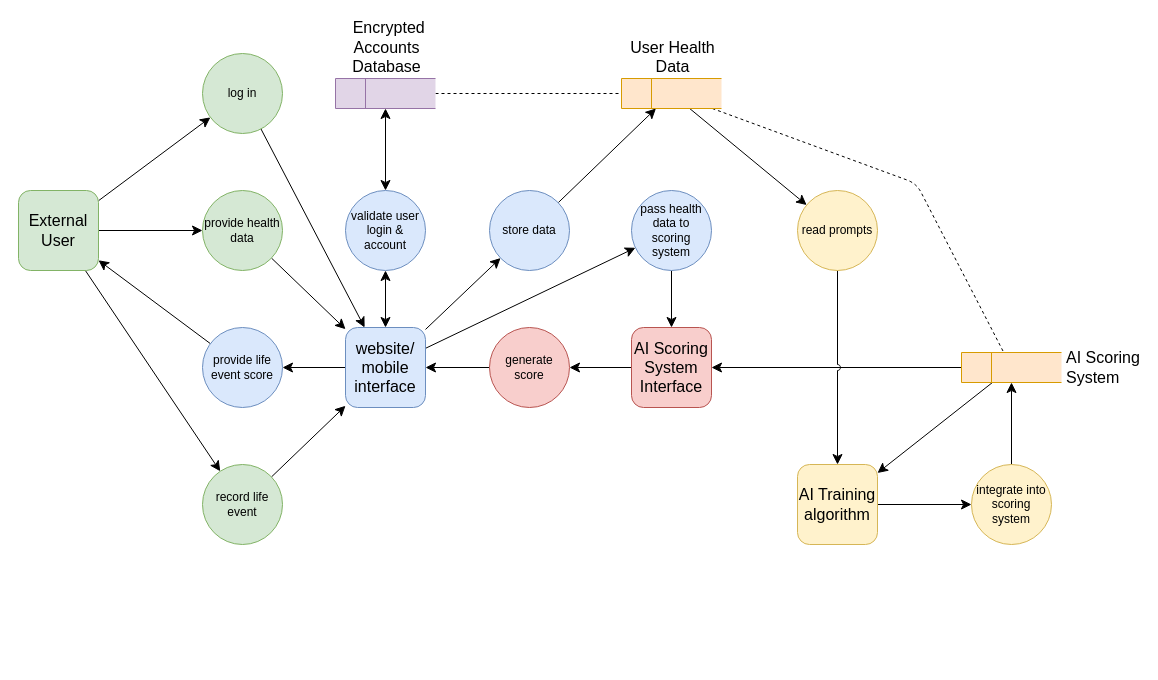
yfeng445/NEU keeps this draw.io diagram as page "detailed DFD" (1 of 2) of 1/INFO 5100/Asmts/Group Assignment 1/Deliverables/Data Flow Diagram.drawio. Above is the earlier version. Source tidied: cells renumbered, new cells numbered last; positions are measured from the earlier drawing's top-left corner, leaving out a move shared by most shapes. Both pictures are drawn from the tidied source at 100%, with x=0, y=0 at pixel (18, 53).
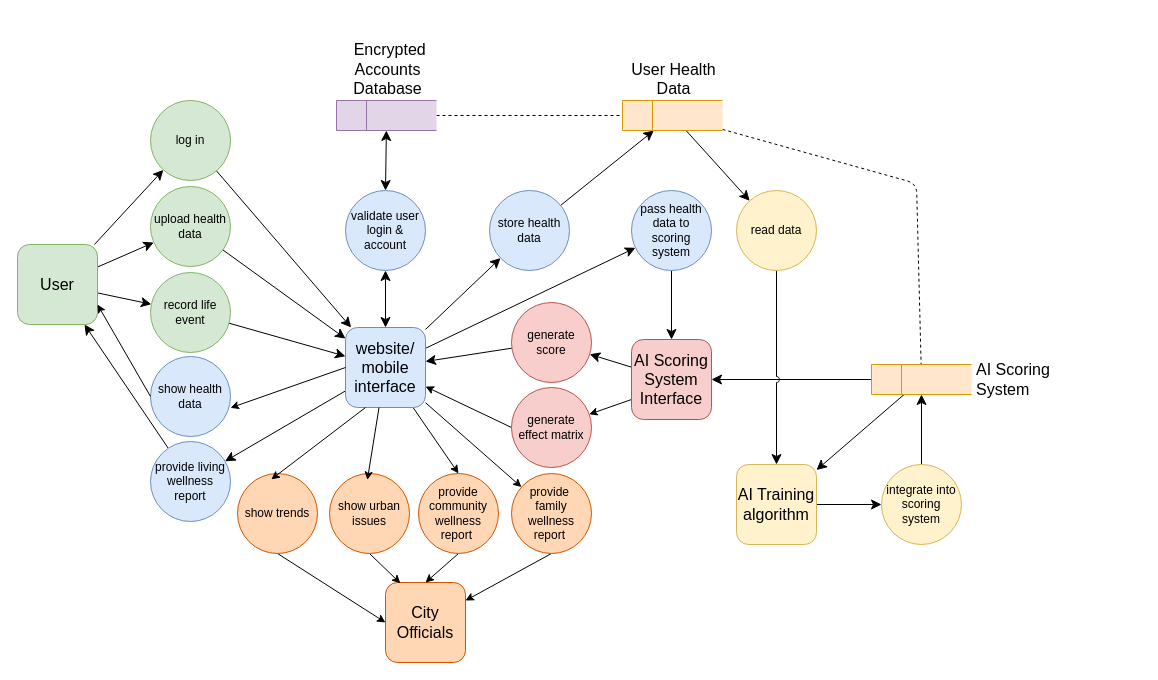
After the change.

Unchanged cells that the change refers to:
```xml
<mxCell id="23" value="website/&lt;div&gt;mobile interface&lt;/div&gt;" style="whiteSpace=wrap;html=1;fontSize=16;rounded=1;fillColor=#dae8fc;strokeColor=#6c8ebf;" parent="1" vertex="1">
  <mxGeometry x="327" y="274" width="80" height="80" as="geometry" />
</mxCell>
```

Change to the diagram source:
```diff
@@
-    <mxCell id="7" value="External User" style="whiteSpace=wrap;html=1;fontSize=16;rounded=1;fillColor=#d5e8d4;strokeColor=#82b366;" parent="1" vertex="1">
-      <mxGeometry y="137" width="80" height="80" as="geometry" />
+    <mxCell id="7" value="User" style="whiteSpace=wrap;html=1;fontSize=16;rounded=1;fillColor=#d5e8d4;strokeColor=#82b366;" parent="1" vertex="1">
+      <mxGeometry x="-1" y="191" width="80" height="80" as="geometry" />
     </mxCell>
@@
-    <mxCell id="9" value="provide health data" style="ellipse;whiteSpace=wrap;html=1;fontSize=12;fillColor=#d5e8d4;strokeColor=#82b366;" parent="1" vertex="1">
-      <mxGeometry x="184" y="137" width="80" height="80" as="geometry" />
+    <mxCell id="9" value="upload health data" style="ellipse;whiteSpace=wrap;html=1;fontSize=12;fillColor=#d5e8d4;strokeColor=#82b366;" parent="1" vertex="1">
+      <mxGeometry x="132" y="133" width="80" height="80" as="geometry" />
     </mxCell>
@@
+    <mxCell id="43" style="rounded=0;jettySize=auto;html=1;exitX=0;exitY=0.75;exitDx=0;exitDy=0;" parent="1" edge="1" source="12" target="61">
+      <mxGeometry relative="1" as="geometry" />
+    </mxCell>
     <mxCell id="12" value="AI Scoring System Interface" style="whiteSpace=wrap;html=1;fontSize=16;rounded=1;fillColor=#f8cecc;strokeColor=#b85450;" parent="1" vertex="1">
-      <mxGeometry x="613" y="274" width="80" height="80" as="geometry" />
+      <mxGeometry x="613" y="286" width="80" height="80" as="geometry" />
     </mxCell>
@@
     <mxCell id="14" value="generate score" style="ellipse;whiteSpace=wrap;html=1;fontSize=12;fillColor=#f8cecc;strokeColor=#b85450;" parent="1" vertex="1">
-      <mxGeometry x="471" y="274" width="80" height="80" as="geometry" />
+      <mxGeometry x="493" y="249" width="80" height="80" as="geometry" />
     </mxCell>
@@
-    <mxCell id="16" value="provide life event score" style="ellipse;whiteSpace=wrap;html=1;fontSize=12;fillColor=#dae8fc;strokeColor=#6c8ebf;" parent="1" vertex="1">
-      <mxGeometry x="184" y="274" width="80" height="80" as="geometry" />
+    <mxCell id="16" value="provide living wellness report" style="ellipse;whiteSpace=wrap;html=1;fontSize=12;fillColor=#dae8fc;strokeColor=#6c8ebf;" parent="1" vertex="1">
+      <mxGeometry x="132" y="388" width="80" height="80" as="geometry" />
     </mxCell>
@@
     <mxCell id="18" value="record life event" style="ellipse;whiteSpace=wrap;html=1;fontSize=12;fillColor=#d5e8d4;strokeColor=#82b366;" parent="1" vertex="1">
-      <mxGeometry x="184" y="411" width="80" height="80" as="geometry" />
+      <mxGeometry x="132" y="219" width="80" height="80" as="geometry" />
     </mxCell>
@@
+    <mxCell id="44" style="rounded=0;jettySize=auto;html=1;entryX=0.5;entryY=0;entryDx=0;entryDy=0;" parent="1" edge="1" source="23" target="48">
+      <mxGeometry relative="1" as="geometry" />
+    </mxCell>
+    <mxCell id="45" style="rounded=0;jettySize=auto;html=1;" parent="1" edge="1" source="23" target="59">
+      <mxGeometry relative="1" as="geometry" />
+    </mxCell>
@@
-    <mxCell id="25" value="store data" style="ellipse;whiteSpace=wrap;html=1;fontSize=12;fillColor=#dae8fc;strokeColor=#6c8ebf;" parent="1" vertex="1">
+    <mxCell id="25" value="store health data" style="ellipse;whiteSpace=wrap;html=1;fontSize=12;fillColor=#dae8fc;strokeColor=#6c8ebf;" parent="1" vertex="1">
       <mxGeometry x="471" y="137" width="80" height="80" as="geometry" />
     </mxCell>
@@
     <mxCell id="27" value="AI Training algorithm" style="whiteSpace=wrap;html=1;fontSize=16;rounded=1;fillColor=#fff2cc;strokeColor=#d6b656;" parent="1" vertex="1">
-      <mxGeometry x="779" y="411" width="80" height="80" as="geometry" />
+      <mxGeometry x="718" y="411" width="80" height="80" as="geometry" />
     </mxCell>
@@
     <mxCell id="29" value="integrate into scoring system" style="ellipse;whiteSpace=wrap;html=1;fontSize=12;fillColor=#fff2cc;strokeColor=#d6b656;" parent="1" vertex="1">
-      <mxGeometry x="953" y="411" width="80" height="80" as="geometry" />
+      <mxGeometry x="863" y="411" width="80" height="80" as="geometry" />
     </mxCell>
@@
     <mxCell id="31" value="User Health Data" style="html=1;dashed=0;whiteSpace=wrap;shape=mxgraph.dfd.dataStoreID;align=center;spacingLeft=3;points=[[0,0],[0.5,0],[1,0],[0,0.5],[1,0.5],[0,1],[0.5,1],[1,1]];fontSize=16;labelPosition=center;verticalLabelPosition=top;verticalAlign=bottom;fillColor=#ffe6cc;strokeColor=#d79b00;" parent="1" vertex="1">
-      <mxGeometry x="603" y="25" width="100" height="30" as="geometry" />
+      <mxGeometry x="604" y="47" width="100" height="30" as="geometry" />
     </mxCell>
@@
     <mxCell id="33" value="log in" style="ellipse;whiteSpace=wrap;html=1;fontSize=12;fillColor=#d5e8d4;strokeColor=#82b366;" parent="1" vertex="1">
-      <mxGeometry x="184" width="80" height="80" as="geometry" />
+      <mxGeometry x="132" y="47" width="80" height="80" as="geometry" />
     </mxCell>
@@
     <mxCell id="35" value="AI Scoring&lt;div&gt;System&lt;/div&gt;" style="html=1;dashed=0;whiteSpace=wrap;shape=mxgraph.dfd.dataStoreID;align=left;spacingLeft=3;points=[[0,0],[0.5,0],[1,0],[0,0.5],[1,0.5],[0,1],[0.5,1],[1,1]];fontSize=16;labelPosition=right;verticalLabelPosition=middle;verticalAlign=middle;fillColor=#ffe6cc;strokeColor=#d79b00;" parent="1" vertex="1">
-      <mxGeometry x="943" y="299" width="100" height="30" as="geometry" />
+      <mxGeometry x="853" y="311" width="100" height="30" as="geometry" />
     </mxCell>
     <mxCell id="36" value="&amp;nbsp;Encrypted&lt;div&gt;Accounts Database&lt;/div&gt;" style="html=1;dashed=0;whiteSpace=wrap;shape=mxgraph.dfd.dataStoreID;align=center;spacingLeft=3;points=[[0,0],[0.5,0],[1,0],[0,0.5],[1,0.5],[0,1],[0.5,1],[1,1]];fontSize=16;labelPosition=center;verticalLabelPosition=top;verticalAlign=bottom;fillColor=#e1d5e7;strokeColor=#9673a6;" parent="1" vertex="1">
-      <mxGeometry x="317" y="25" width="100" height="30" as="geometry" />
+      <mxGeometry x="318" y="47" width="100" height="30" as="geometry" />
     </mxCell>
@@
-    <mxCell id="42" value="read prompts" style="ellipse;whiteSpace=wrap;html=1;fontSize=12;fillColor=#fff2cc;strokeColor=#d6b656;" parent="1" vertex="1">
-      <mxGeometry x="779" y="137" width="80" height="80" as="geometry" />
+    <mxCell id="42" value="read data" style="ellipse;whiteSpace=wrap;html=1;fontSize=12;fillColor=#fff2cc;strokeColor=#d6b656;" parent="1" vertex="1">
+      <mxGeometry x="718" y="137" width="80" height="80" as="geometry" />
     </mxCell>
+    <mxCell id="46" value="City Officials" style="whiteSpace=wrap;html=1;fontSize=16;rounded=1;fillColor=#ffd7b5;strokeColor=#d35400;" parent="1" vertex="1">
+      <mxGeometry x="367" y="529" width="80" height="80" as="geometry" />
+    </mxCell>
+    <mxCell id="47" style="rounded=0;jettySize=auto;html=1;exitX=0.5;exitY=1;exitDx=0;exitDy=0;entryX=0.5;entryY=0;entryDx=0;entryDy=0;" parent="1" edge="1" source="48" target="46">
+      <mxGeometry relative="1" as="geometry" />
+    </mxCell>
+    <mxCell id="48" value="provide community wellness report&amp;nbsp;" style="ellipse;whiteSpace=wrap;html=1;fontSize=12;fillColor=#ffd7b5;strokeColor=#d35400;" parent="1" vertex="1">
+      <mxGeometry x="400" y="420" width="80" height="80" as="geometry" />
+    </mxCell>
+    <mxCell id="49" style="rounded=0;jettySize=auto;html=1;exitX=0.5;exitY=1;exitDx=0;exitDy=0;entryX=0.186;entryY=0.01;entryDx=0;entryDy=0;entryPerimeter=0;" parent="1" edge="1" source="50" target="46">
+      <mxGeometry relative="1" as="geometry" />
+    </mxCell>
+    <mxCell id="50" value="show urban issues" style="ellipse;whiteSpace=wrap;html=1;fontSize=12;fillColor=#ffd7b5;strokeColor=#d35400;" parent="1" vertex="1">
+      <mxGeometry x="311" y="420" width="80" height="80" as="geometry" />
+    </mxCell>
+    <mxCell id="51" style="rounded=0;jettySize=auto;html=1;exitX=0.5;exitY=1;exitDx=0;exitDy=0;entryX=0;entryY=0.5;entryDx=0;entryDy=0;" parent="1" edge="1" source="52" target="46">
+      <mxGeometry relative="1" as="geometry" />
+    </mxCell>
+    <mxCell id="52" value="show trends" style="ellipse;whiteSpace=wrap;html=1;fontSize=12;fillColor=#ffd7b5;strokeColor=#d35400;" parent="1" vertex="1">
+      <mxGeometry x="219" y="420" width="80" height="80" as="geometry" />
+    </mxCell>
+    <mxCell id="53" style="rounded=0;jettySize=auto;html=1;exitX=0.25;exitY=1;exitDx=0;exitDy=0;entryX=0.423;entryY=0.073;entryDx=0;entryDy=0;entryPerimeter=0;" parent="1" edge="1" source="23" target="52">
+      <mxGeometry relative="1" as="geometry" />
+    </mxCell>
+    <mxCell id="54" style="rounded=0;jettySize=auto;html=1;entryX=0.473;entryY=0.081;entryDx=0;entryDy=0;entryPerimeter=0;" parent="1" edge="1" source="23" target="50">
+      <mxGeometry relative="1" as="geometry" />
+    </mxCell>
+    <mxCell id="55" value="show health data" style="ellipse;whiteSpace=wrap;html=1;fontSize=12;fillColor=#dae8fc;strokeColor=#6c8ebf;" parent="1" vertex="1">
+      <mxGeometry x="132" y="303" width="80" height="80" as="geometry" />
+    </mxCell>
+    <mxCell id="56" style="rounded=0;jettySize=auto;html=1;exitX=0;exitY=0.5;exitDx=0;exitDy=0;entryX=1;entryY=0.642;entryDx=0;entryDy=0;entryPerimeter=0;" parent="1" edge="1" source="23" target="55">
+      <mxGeometry relative="1" as="geometry" />
+    </mxCell>
+    <mxCell id="57" style="rounded=0;jettySize=auto;html=1;exitX=0;exitY=0.5;exitDx=0;exitDy=0;entryX=1;entryY=0.75;entryDx=0;entryDy=0;" parent="1" edge="1" source="55" target="7">
+      <mxGeometry relative="1" as="geometry" />
+    </mxCell>
+    <mxCell id="58" style="rounded=0;jettySize=auto;html=1;exitX=0.5;exitY=1;exitDx=0;exitDy=0;" parent="1" edge="1" source="59" target="46">
+      <mxGeometry relative="1" as="geometry" />
+    </mxCell>
+    <mxCell id="59" value="provide&amp;nbsp;&lt;div&gt;family wellness report&amp;nbsp;&lt;/div&gt;" style="ellipse;whiteSpace=wrap;html=1;fontSize=12;fillColor=#ffd7b5;strokeColor=#d35400;" parent="1" vertex="1">
+      <mxGeometry x="493" y="420" width="80" height="80" as="geometry" />
+    </mxCell>
+    <mxCell id="60" style="rounded=0;jettySize=auto;html=1;exitX=0;exitY=0.5;exitDx=0;exitDy=0;" parent="1" edge="1" source="61" target="23">
+      <mxGeometry relative="1" as="geometry" />
+    </mxCell>
+    <mxCell id="61" value="generate effect matrix" style="ellipse;whiteSpace=wrap;html=1;fontSize=12;fillColor=#f8cecc;strokeColor=#b85450;" parent="1" vertex="1">
+      <mxGeometry x="493" y="334" width="80" height="80" as="geometry" />
+    </mxCell>
```
